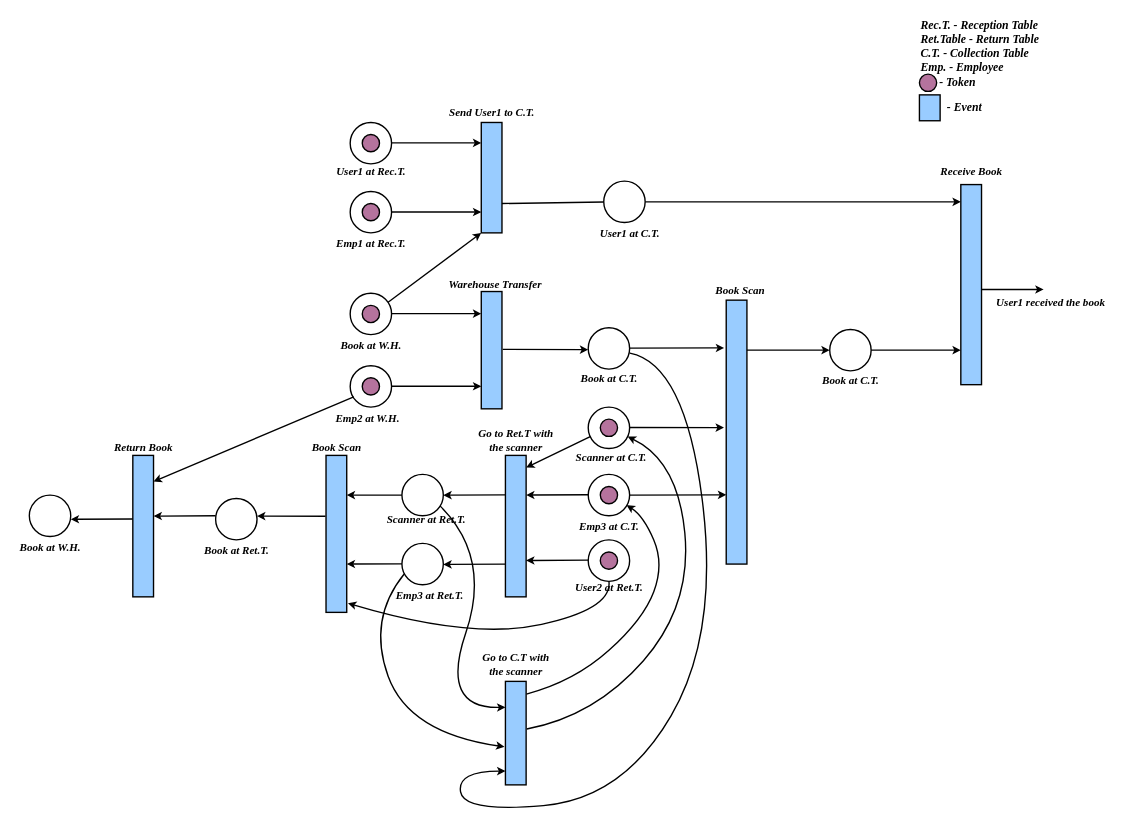
Above: embedded.drawio in Sachini007/Neural-Network-Architecture-Diagrams (draw.io), before the change. Source tidied: cells renumbered, new cells numbered last; positions are measured from the earlier drawing's top-left corner, leaving out a move shared by most shapes. Both pictures are drawn from the tidied source at 69%, with x=0, y=0 at pixel (12, 12).
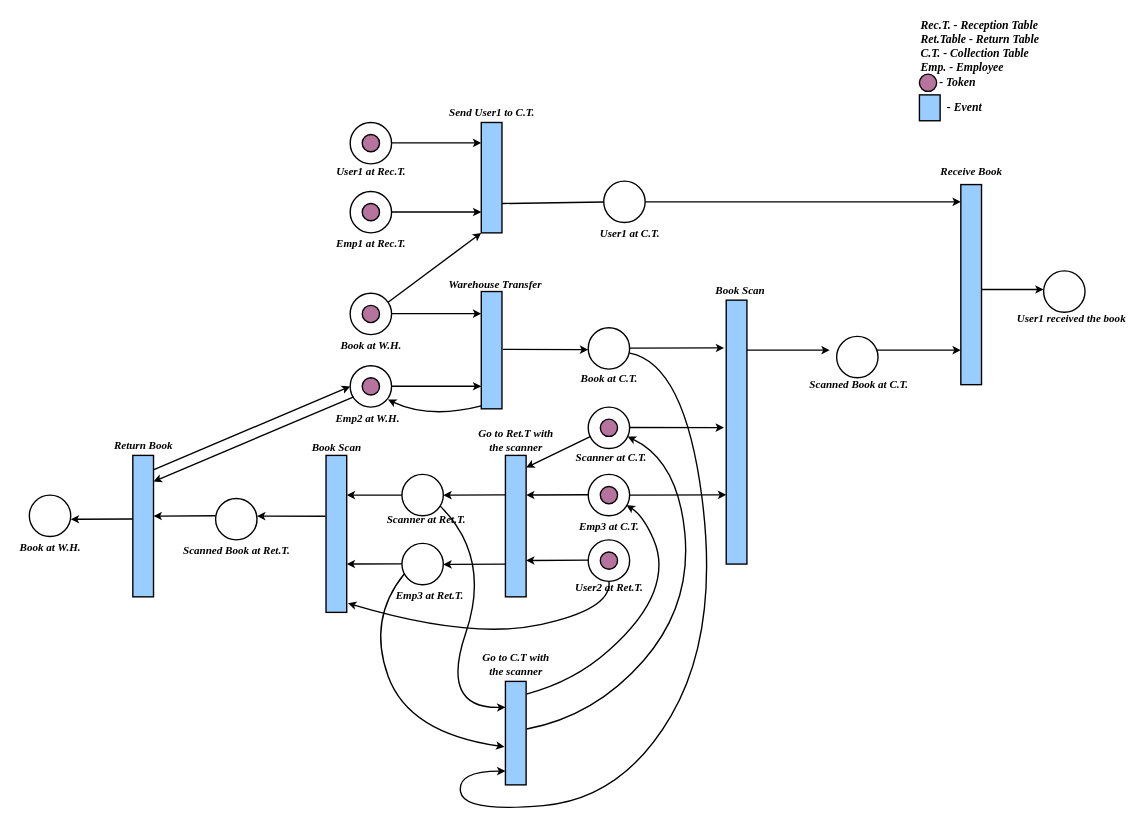
The same page after the edit.

Unchanged cells that the change refers to:
```xml
<mxCell id="4" style="rounded=0;whiteSpace=wrap;html=1;fillColor=#99CCFF;fillStyle=solid;strokeWidth=2;" parent="1" vertex="1">
  <mxGeometry x="680" y="405" width="30" height="170" as="geometry" />
</mxCell>
<mxCell id="10" style="ellipse;whiteSpace=wrap;html=1;strokeWidth=2;" parent="1" vertex="1">
  <mxGeometry x="490" y="512.5" width="60" height="60" as="geometry" />
</mxCell>
<mxCell id="43" style="rounded=0;whiteSpace=wrap;html=1;fillColor=#99CCFF;fillStyle=solid;strokeWidth=2;" parent="1" vertex="1">
  <mxGeometry x="175" y="642.5" width="30" height="205" as="geometry" />
</mxCell>
```

Diff of the diagram source:
```diff
@@
     <mxCell id="21" style="ellipse;whiteSpace=wrap;html=1;strokeWidth=2;" parent="1" vertex="1">
-      <mxGeometry x="1185" y="460" width="60" height="60" as="geometry" />
+      <mxGeometry x="1495" y="375" width="60" height="60" as="geometry" />
     </mxCell>
@@
-    <mxCell id="73" value="Book at Ret.T." style="text;html=1;align=center;verticalAlign=middle;strokeColor=none;fillColor=none;fontFamily=Times New Roman;fontSize=16;fontStyle=3;strokeWidth=2;" parent="1" vertex="1">
-      <mxGeometry x="265" y="765" width="120" height="30" as="geometry" />
+    <mxCell id="73" value="Scanned Book at Ret.T." style="text;html=1;align=center;verticalAlign=middle;strokeColor=none;fillColor=none;fontFamily=Times New Roman;fontSize=16;fontStyle=3;strokeWidth=2;" parent="1" vertex="1">
+      <mxGeometry x="235" y="765" width="180" height="30" as="geometry" />
     </mxCell>
@@
-    <mxCell id="78" value="Book at C.T." style="text;html=1;align=center;verticalAlign=middle;strokeColor=none;fillColor=none;fontFamily=Times New Roman;fontSize=16;fontStyle=3;strokeWidth=2;" parent="1" vertex="1">
-      <mxGeometry x="1160" y="517.5" width="110" height="30" as="geometry" />
+    <mxCell id="78" value="Scanned Book at C.T." style="text;html=1;align=center;verticalAlign=middle;strokeColor=none;fillColor=none;fontFamily=Times New Roman;fontSize=16;fontStyle=3;strokeWidth=2;" parent="1" vertex="1">
+      <mxGeometry x="1142" y="525" width="170" height="30" as="geometry" />
     </mxCell>
     <mxCell id="79" value="Return Book" style="text;html=1;align=center;verticalAlign=middle;strokeColor=none;fillColor=none;fontFamily=Times New Roman;fontSize=16;fontStyle=3;strokeWidth=2;" parent="1" vertex="1">
-      <mxGeometry x="135" y="615" width="110" height="30" as="geometry" />
+      <mxGeometry x="135" y="612.5" width="110" height="30" as="geometry" />
     </mxCell>
@@
     <mxCell id="83" value="User1 received the book" style="text;html=1;align=center;verticalAlign=middle;strokeColor=none;fillColor=none;fontFamily=Times New Roman;fontSize=16;fontStyle=3;strokeWidth=2;" parent="1" vertex="1">
-      <mxGeometry x="1415" y="405" width="180" height="30" as="geometry" />
+      <mxGeometry x="1445" y="427.5" width="180" height="30" as="geometry" />
     </mxCell>
@@
+    <mxCell id="90" style="ellipse;whiteSpace=wrap;html=1;strokeWidth=2;" parent="1" vertex="1">
+      <mxGeometry x="1195" y="470" width="60" height="60" as="geometry" />
+    </mxCell>
+    <mxCell id="91" style="curved=1;endArrow=classic;html=1;rounded=0;strokeWidth=2;entryX=0.914;entryY=0.819;entryDx=0;entryDy=0;entryPerimeter=0;exitX=0.005;exitY=0.975;exitDx=0;exitDy=0;exitPerimeter=0;" parent="1" edge="1" source="4" target="10">
+      <mxGeometry relative="1" as="geometry">
+        <Array as="points">
+          <mxPoint x="605" y="590" />
+        </Array>
+      </mxGeometry>
+    </mxCell>
+    <mxCell id="92" style="endArrow=classic;html=1;rounded=0;strokeWidth=2;entryX=0;entryY=0.5;entryDx=0;entryDy=0;exitX=1.02;exitY=0.1;exitDx=0;exitDy=0;exitPerimeter=0;" parent="1" edge="1" source="43" target="10">
+      <mxGeometry relative="1" as="geometry" />
+    </mxCell>
```
